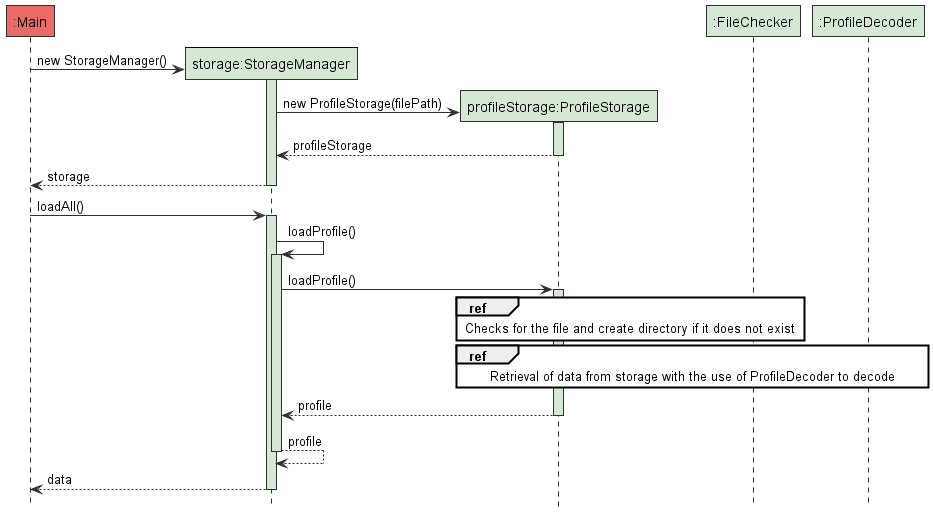
Earlier version of the PlantUML export docs/images/StorageManagerLoadSequenceDiagram.png (tryyang2001/tp). Its source is kept beside it as docs/diagrams/StorageManagerLoadSequenceDiagram.puml. Source of this version:
```plantuml
@startuml

!include style.puml
hide footbox
skinparam ParticipantPadding 1

participant ":Main" As Main MAIN_COLOUR
participant "storage:StorageManager" As StorageManager STORAGE_COLOUR
participant "profileStorage:ProfileStorage" As ProfileStorage STORAGE_COLOUR


create "storage:StorageManager" As StorageManager STORAGE_COLOUR
Main -> StorageManager **: new StorageManager()
activate StorageManager STORAGE_COLOUR
    create "profileStorage:ProfileStorage" As ProfileStorage STORAGE_COLOUR
    StorageManager -> ProfileStorage ** : new ProfileStorage(filePath)
        activate ProfileStorage STORAGE_COLOUR
        ProfileStorage --> StorageManager : profileStorage
        deactivate
    StorageManager --> Main : storage
deactivate


Main -> StorageManager: loadAll()

activate StorageManager STORAGE_COLOUR
    StorageManager -> StorageManager ++ STORAGE_COLOUR : loadProfile()
    StorageManager -> ProfileStorage : loadProfile()
    activate ProfileStorage STORAGE_COLOUR
        participant ":FileChecker" As FileChecker STORAGE_COLOUR
        participant ":ProfileDecoder" As ProfileDecoder STORAGE_COLOUR
        ref over ProfileStorage, FileChecker
            Checks for the file and create directory if it does not exist
        end ref
        ref over ProfileStorage, ProfileDecoder
            Retrieval of data from storage with the use of ProfileDecoder to decode
        end ref
        ProfileStorage --> StorageManager:profile
    deactivate
    StorageManager --> StorageManager -- :profile
    StorageManager --> Main: data
deactivate


@enduml
```
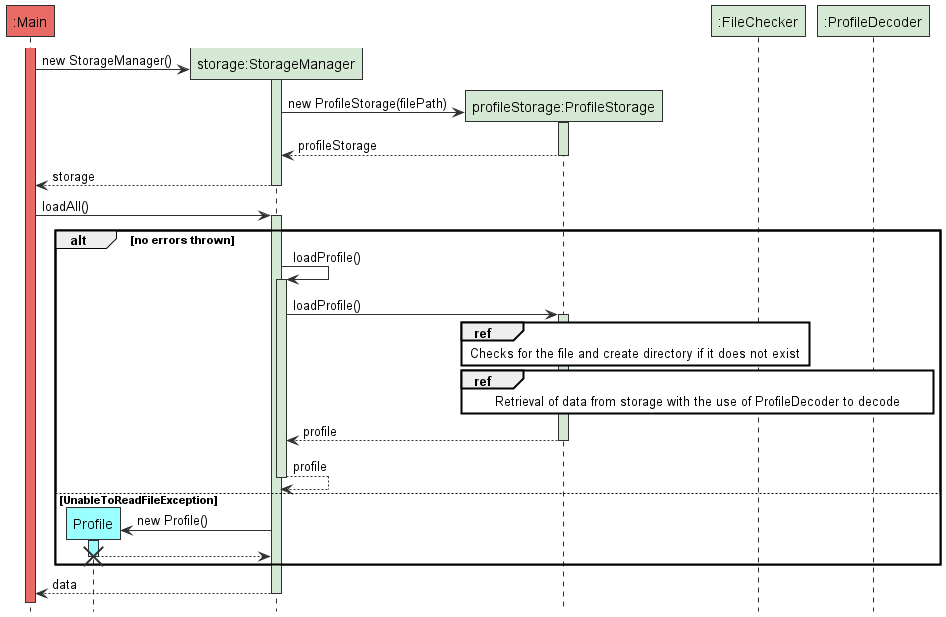
The same file after the commit.

The edit, as a diff of the source:
```diff
@@ -7,8 +7,10 @@
 participant ":Main" As Main MAIN_COLOUR
 participant "storage:StorageManager" As StorageManager STORAGE_COLOUR
 participant "profileStorage:ProfileStorage" As ProfileStorage STORAGE_COLOUR
+participant Profile DATA_COLOUR
 
 
+activate Main MAIN_COLOUR
 create "storage:StorageManager" As StorageManager STORAGE_COLOUR
 Main -> StorageManager **: new StorageManager()
 activate StorageManager STORAGE_COLOUR
@@ -24,6 +26,7 @@
 Main -> StorageManager: loadAll()
 
 activate StorageManager STORAGE_COLOUR
+    alt no errors thrown
     StorageManager -> StorageManager ++ STORAGE_COLOUR : loadProfile()
     StorageManager -> ProfileStorage : loadProfile()
     activate ProfileStorage STORAGE_COLOUR
@@ -38,7 +41,16 @@
         ProfileStorage --> StorageManager:profile
     deactivate
     StorageManager --> StorageManager -- :profile
+    else UnableToReadFileException
+        StorageManager -> Profile **: new Profile()
+        activate Profile DATA_COLOUR
+            Profile --> StorageManager --
+        destroy Profile
+    end
+
+
     StorageManager --> Main: data
+
 deactivate
 
 
```
